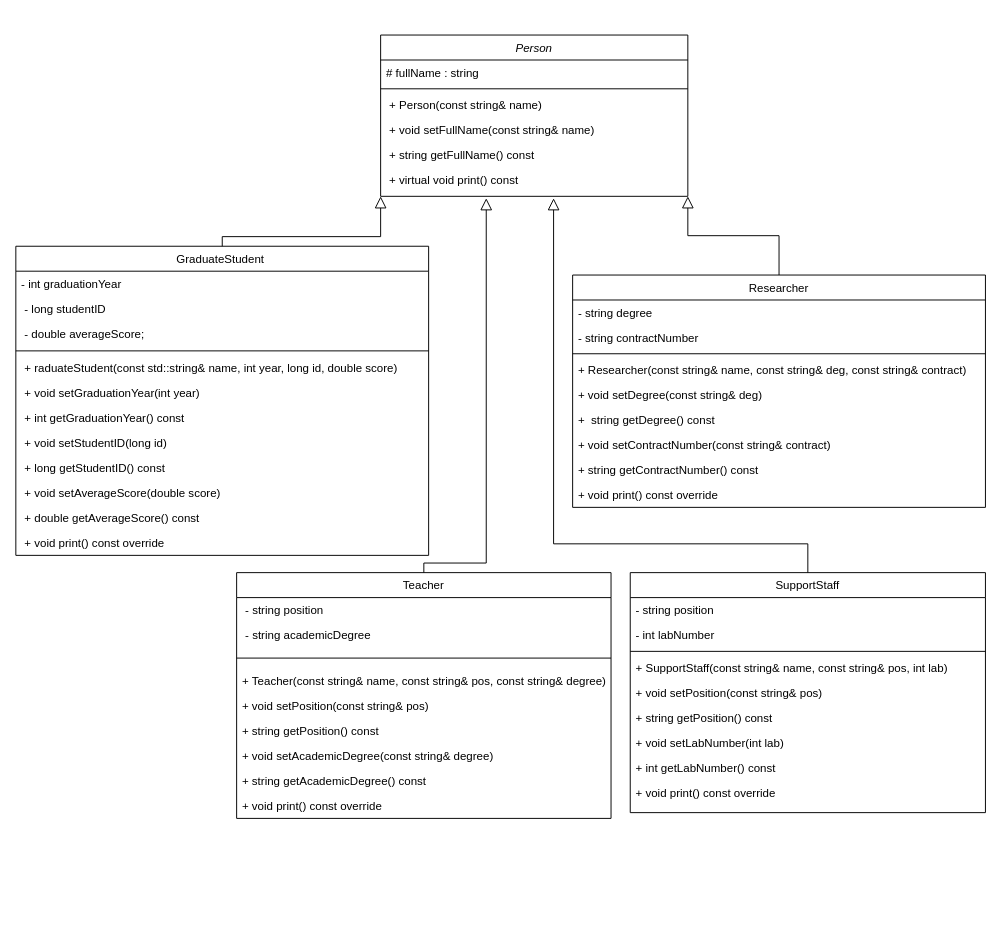
NeoMif13/6.1 keeps this draw.io diagram as Tsybulskaya     .drawio. Above is the earlier version. Source tidied: cells renumbered, new cells numbered last; positions are measured from the earlier drawing's top-left corner, leaving out a move shared by most shapes. Both pictures are drawn from the tidied source at 96%, with x=0, y=0 at pixel (15, 35).
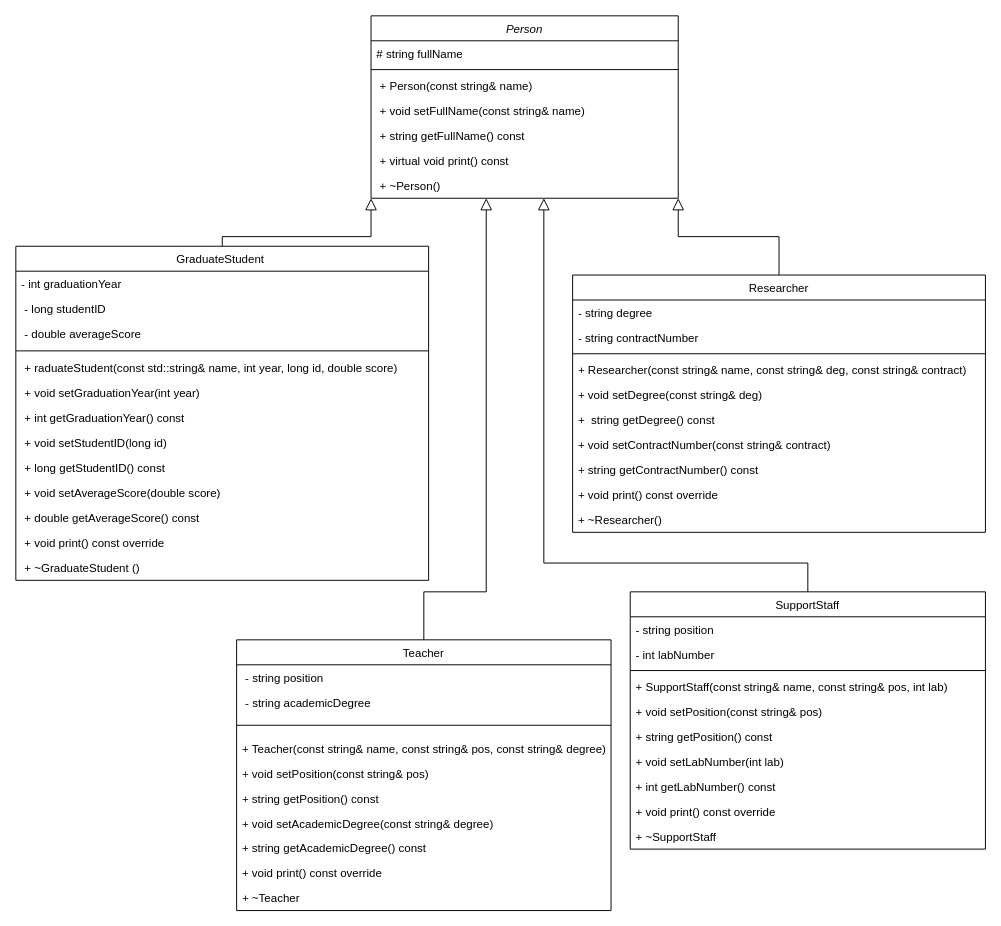
The same page after the edit.

Unchanged cells that the change refers to:
```xml
<mxCell id="8" value=" + virtual void print() const" style="text;align=left;verticalAlign=top;spacingLeft=4;spacingRight=4;overflow=hidden;points=[[0,0.5],[1,0.5]];portConstraint=eastwest;" parent="2" vertex="1">
  <mxGeometry y="138" width="320" height="26" as="geometry" />
</mxCell>
```

Change to the diagram source:
```diff
@@
     <mxCell id="2" value="Person" style="swimlane;fontStyle=2;align=center;verticalAlign=top;horizontal=1;startSize=26;rounded=0;shadow=0;strokeWidth=1;" parent="1" vertex="1">
-      <mxGeometry x="380" width="320" height="168" as="geometry" />
+      <mxGeometry x="370" y="-20" width="320" height="190" as="geometry" />
     </mxCell>
-    <mxCell id="3" value="# fullName : string" style="text;align=left;verticalAlign=top;spacingLeft=4;spacingRight=4;overflow=hidden;rounded=0;shadow=0;html=0;" parent="2" vertex="1">
+    <mxCell id="3" value="# string fullName " style="text;align=left;verticalAlign=top;spacingLeft=4;spacingRight=4;overflow=hidden;rounded=0;shadow=0;html=0;" parent="2" vertex="1">
       <mxGeometry y="26" width="320" height="26" as="geometry" />
     </mxCell>
@@
+    <mxCell id="56" value=" + ~Person()" style="text;align=left;verticalAlign=top;spacingLeft=4;spacingRight=4;overflow=hidden;" parent="2" vertex="1">
+      <mxGeometry y="164" width="320" height="26" as="geometry" />
+    </mxCell>
     <mxCell id="9" value="GraduateStudent &#10;" style="swimlane;fontStyle=0;align=center;verticalAlign=top;horizontal=1;startSize=26;rounded=0;shadow=0;strokeWidth=1;" parent="1" vertex="1">
-      <mxGeometry y="220" width="430" height="322" as="geometry" />
+      <mxGeometry y="220" width="430" height="348" as="geometry" />
     </mxCell>
@@
-    <mxCell id="12" value=" - double averageScore;" style="text;align=left;verticalAlign=top;spacingLeft=4;spacingRight=4;overflow=hidden;" parent="9" vertex="1">
+    <mxCell id="12" value=" - double averageScore" style="text;align=left;verticalAlign=top;spacingLeft=4;spacingRight=4;overflow=hidden;" parent="9" vertex="1">
       <mxGeometry y="78" width="430" height="26" as="geometry" />
     </mxCell>
@@
+    <mxCell id="57" value=" + ~GraduateStudent ()" style="text;align=left;verticalAlign=top;spacingLeft=4;spacingRight=4;overflow=hidden;rounded=0;shadow=0;html=0;" parent="9" vertex="1">
+      <mxGeometry y="322" width="430" height="26" as="geometry" />
+    </mxCell>
@@
     <mxCell id="23" value="Teacher" style="swimlane;fontStyle=0;align=center;verticalAlign=top;horizontal=1;startSize=26;rounded=0;shadow=0;strokeWidth=1;" parent="1" vertex="1">
-      <mxGeometry x="230" y="560" width="390" height="256" as="geometry" />
+      <mxGeometry x="230" y="630" width="390" height="282" as="geometry" />
     </mxCell>
@@
+    <mxCell id="58" value="+ ~Teacher" style="text;align=left;verticalAlign=top;spacingLeft=4;spacingRight=4;overflow=hidden;" parent="23" vertex="1">
+      <mxGeometry y="256" width="390" height="26" as="geometry" />
+    </mxCell>
     <mxCell id="33" style="endArrow=block;endSize=10;endFill=0;shadow=0;strokeWidth=1;rounded=0;curved=0;edgeStyle=elbowEdgeStyle;elbow=vertical;exitX=0.5;exitY=0;exitDx=0;exitDy=0;" parent="1" edge="1" source="23">
       <mxGeometry relative="1" as="geometry">
         <mxPoint x="490" y="170" as="targetPoint" />
         <Array as="points">
-          <mxPoint x="560" y="550" />
+          <mxPoint x="460" y="580" />
         </Array>
       </mxGeometry>
     </mxCell>
     <mxCell id="34" value="Researcher" style="swimlane;fontStyle=0;align=center;verticalAlign=top;horizontal=1;startSize=26;rounded=0;shadow=0;strokeWidth=1;" parent="1" vertex="1">
-      <mxGeometry x="580" y="250" width="430" height="242" as="geometry" />
+      <mxGeometry x="580" y="250" width="430" height="268" as="geometry" />
     </mxCell>
@@
+    <mxCell id="59" value="+ ~Researcher()" style="text;align=left;verticalAlign=top;spacingLeft=4;spacingRight=4;overflow=hidden;" parent="34" vertex="1">
+      <mxGeometry y="242" width="430" height="26" as="geometry" />
+    </mxCell>
@@
     <mxCell id="45" value="SupportStaff" style="swimlane;fontStyle=0;align=center;verticalAlign=top;horizontal=1;startSize=26;rounded=0;shadow=0;strokeWidth=1;" parent="1" vertex="1">
-      <mxGeometry x="640" y="560" width="370" height="250" as="geometry" />
+      <mxGeometry x="640" y="580" width="370" height="268" as="geometry" />
     </mxCell>
@@
+    <mxCell id="60" value="+ ~SupportStaff" style="text;align=left;verticalAlign=top;spacingLeft=4;spacingRight=4;overflow=hidden;" parent="45" vertex="1">
+      <mxGeometry y="242" width="370" height="26" as="geometry" />
+    </mxCell>
-    <mxCell id="55" style="endArrow=block;endSize=10;endFill=0;shadow=0;strokeWidth=1;rounded=0;curved=0;edgeStyle=elbowEdgeStyle;elbow=vertical;exitX=0.5;exitY=0;exitDx=0;exitDy=0;entryX=0.563;entryY=1.231;entryDx=0;entryDy=0;entryPerimeter=0;" parent="1" edge="1" source="45" target="8">
+    <mxCell id="55" style="endArrow=block;endSize=10;endFill=0;shadow=0;strokeWidth=1;rounded=0;curved=0;edgeStyle=elbowEdgeStyle;elbow=vertical;exitX=0.5;exitY=0;exitDx=0;exitDy=0;" parent="1" edge="1" source="45">
       <mxGeometry relative="1" as="geometry">
+        <mxPoint x="550" y="170" as="targetPoint" />
         <Array as="points">
-          <mxPoint x="770" y="530" />
+          <mxPoint x="690" y="550" />
           <mxPoint x="700" y="1030" />
           <mxPoint x="750" y="1100" />
         </Array>
       </mxGeometry>
     </mxCell>
```
